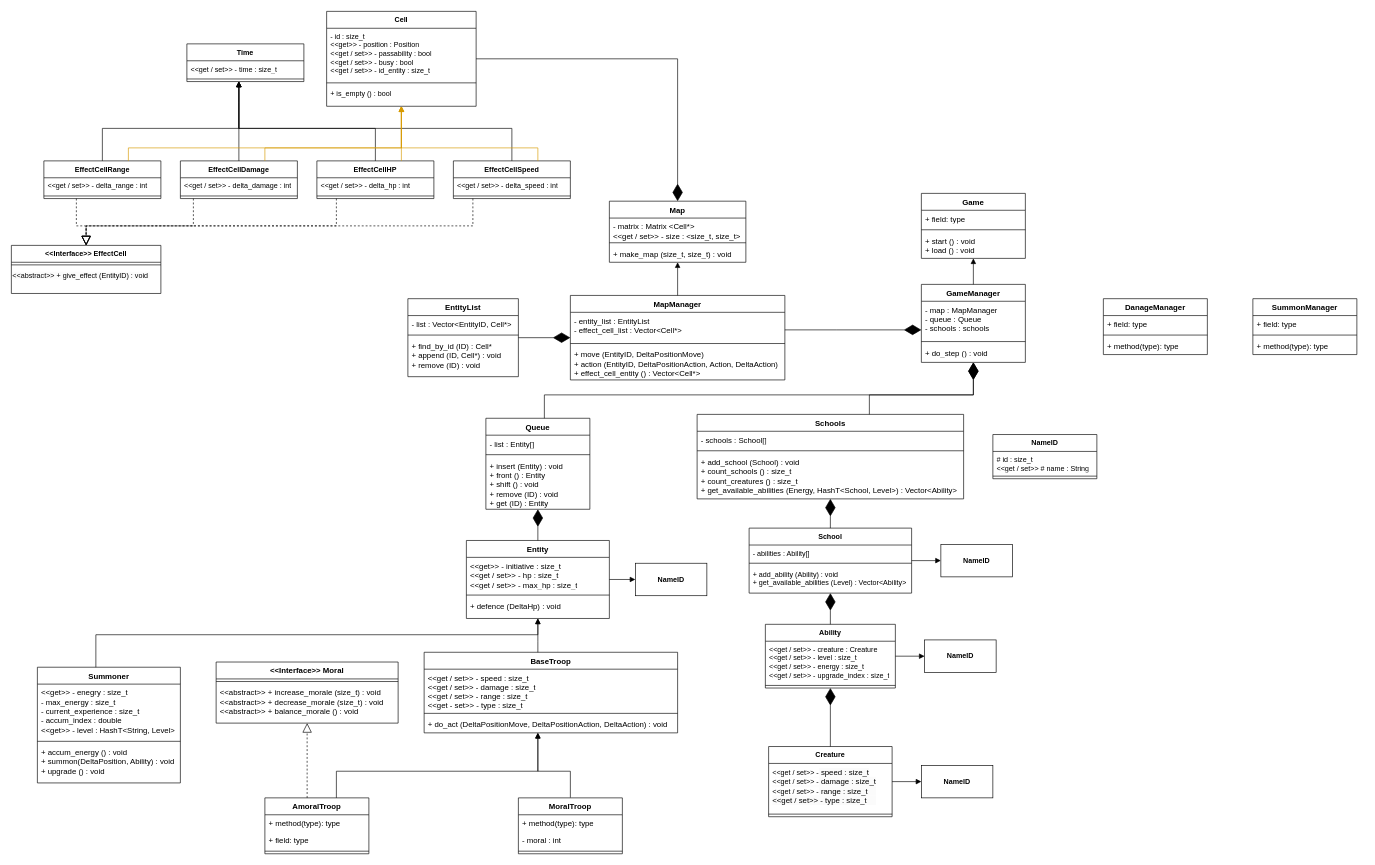
The draw.io diagram lab3.drawio in Alvald1/draw.io, before the edit. Source tidied: cells renumbered, new cells numbered last; positions are measured from the earlier drawing's top-left corner, leaving out a move shared by most shapes. Both pictures are drawn from the tidied source at 65%, with x=0, y=0 at pixel (11, 11).
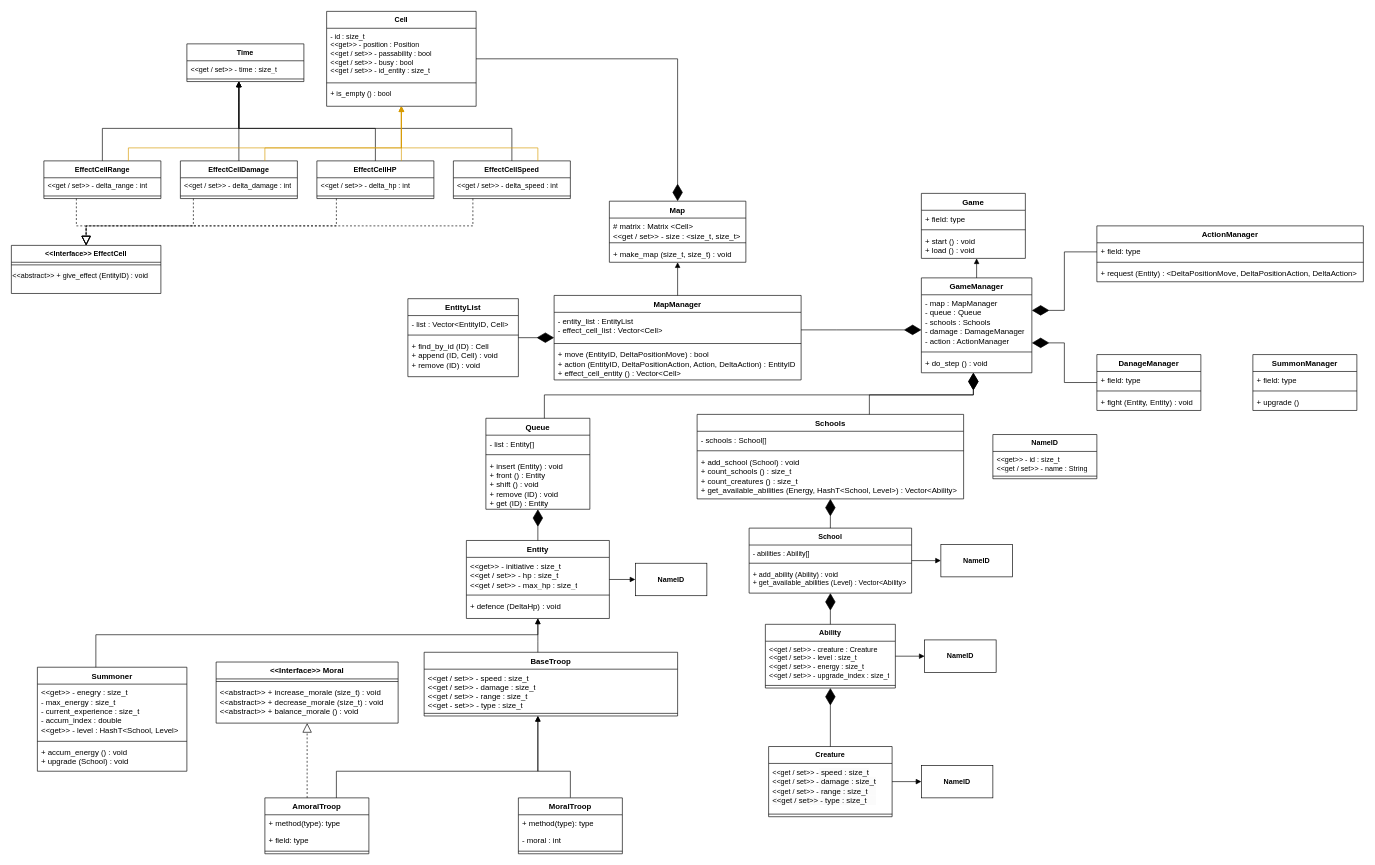
The same page after the edit.

The change refers to these unchanged cells:
```xml
<mxCell id="10" value="Map" style="swimlane;fontStyle=1;align=center;verticalAlign=top;horizontal=1;startSize=26;whiteSpace=wrap;html=1;" parent="1" vertex="1">
  <mxGeometry x="920" y="292" width="210" height="94" as="geometry" />
</mxCell>
<mxCell id="72" value="NameID" style="swimlane;fontStyle=1;align=center;verticalAlign=top;horizontal=1;startSize=26;whiteSpace=wrap;html=1;fontFamily=Helvetica;fontSize=11;fontColor=default;labelBackgroundColor=default;" parent="1" vertex="1">
  <mxGeometry x="1510" y="651" width="160" height="68" as="geometry" />
</mxCell>
<mxCell id="83" value="EntityList" style="swimlane;fontStyle=1;align=center;verticalAlign=top;horizontal=1;startSize=26;whiteSpace=wrap;html=1;" parent="1" vertex="1">
  <mxGeometry x="610" y="442" width="170" height="120" as="geometry" />
</mxCell>
```

Diff of the diagram source:
```diff
@@
     <mxCell id="6" value="GameManager" style="swimlane;fontStyle=1;align=center;verticalAlign=top;horizontal=1;startSize=26;whiteSpace=wrap;html=1;" parent="1" vertex="1">
-      <mxGeometry x="1400" y="420" width="160" height="120" as="geometry" />
+      <mxGeometry x="1400" y="410" width="170" height="146" as="geometry" />
     </mxCell>
-    <mxCell id="7" value="- map : MapManager&lt;div&gt;- queue : Queue&lt;/div&gt;&lt;div&gt;- schools : schools&lt;/div&gt;" style="text;strokeColor=none;fillColor=none;align=left;verticalAlign=top;spacingLeft=4;spacingRight=4;overflow=hidden;whiteSpace=wrap;html=1;" parent="6" vertex="1">
-      <mxGeometry y="26" width="160" height="58" as="geometry" />
+    <mxCell id="7" value="- map : MapManager&lt;div&gt;- queue : Queue&lt;/div&gt;&lt;div&gt;- schools : Schools&lt;/div&gt;&lt;div&gt;- damage : DamageManager&lt;/div&gt;&lt;div&gt;- action : ActionManager&lt;/div&gt;" style="text;strokeColor=none;fillColor=none;align=left;verticalAlign=top;spacingLeft=4;spacingRight=4;overflow=hidden;whiteSpace=wrap;html=1;" parent="6" vertex="1">
+      <mxGeometry y="26" width="170" height="84" as="geometry" />
     </mxCell>
     <mxCell id="8" style="line;strokeWidth=1;fillColor=none;align=left;verticalAlign=middle;spacingTop=-1;spacingLeft=3;spacingRight=3;labelPosition=right;strokeColor=inherit;" parent="6" vertex="1">
-      <mxGeometry y="84" width="160" height="8" as="geometry" />
+      <mxGeometry y="110" width="170" height="8" as="geometry" />
     </mxCell>
     <mxCell id="9" value="+ do_step () : void" style="text;strokeColor=none;fillColor=none;align=left;verticalAlign=top;spacingLeft=4;spacingRight=4;overflow=hidden;whiteSpace=wrap;html=1;" parent="6" vertex="1">
-      <mxGeometry y="92" width="160" height="28" as="geometry" />
+      <mxGeometry y="118" width="170" height="28" as="geometry" />
     </mxCell>
@@
-    <mxCell id="11" value="- matrix : Matrix &amp;lt;Cell*&amp;gt;&lt;div&gt;&amp;lt;&amp;lt;get / set&amp;gt;&amp;gt; - size : &amp;lt;size_t, size_t&amp;gt;&lt;/div&gt;" style="text;strokeColor=none;fillColor=none;align=left;verticalAlign=top;spacingLeft=4;spacingRight=4;overflow=hidden;whiteSpace=wrap;html=1;" parent="10" vertex="1">
+    <mxCell id="11" value="# matrix : Matrix &amp;lt;Cell&amp;gt;&lt;div&gt;&amp;lt;&amp;lt;get / set&amp;gt;&amp;gt; - size : &amp;lt;size_t, size_t&amp;gt;&lt;/div&gt;" style="text;strokeColor=none;fillColor=none;align=left;verticalAlign=top;spacingLeft=4;spacingRight=4;overflow=hidden;whiteSpace=wrap;html=1;" parent="10" vertex="1">
       <mxGeometry y="26" width="210" height="34" as="geometry" />
     </mxCell>
@@
     <mxCell id="27" value="Summoner" style="swimlane;fontStyle=1;align=center;verticalAlign=top;horizontal=1;startSize=26;whiteSpace=wrap;html=1;" parent="1" vertex="1">
-      <mxGeometry x="40" y="1009" width="220" height="178" as="geometry" />
+      <mxGeometry x="40" y="1009" width="230" height="160" as="geometry" />
     </mxCell>
-    <mxCell id="28" value="&amp;lt;&amp;lt;get&amp;gt;&amp;gt; - enegry : size_t&lt;div&gt;- max_energy : size_t&lt;/div&gt;&lt;div&gt;- current_experience : size_t&lt;/div&gt;&lt;div&gt;- accum_index : double&lt;/div&gt;&lt;div&gt;&amp;lt;&amp;lt;get&amp;gt;&amp;gt; - level : HashT&amp;lt;String, Level&amp;gt;&lt;/div&gt;" style="text;strokeColor=none;fillColor=none;align=left;verticalAlign=top;spacingLeft=4;spacingRight=4;overflow=hidden;whiteSpace=wrap;html=1;" parent="27" vertex="1">
-      <mxGeometry y="26" width="220" height="84" as="geometry" />
+    <mxCell id="28" value="&amp;lt;&amp;lt;get&amp;gt;&amp;gt; - enegry : size_t&lt;div&gt;- max_energy : size_t&lt;/div&gt;&lt;div&gt;- current_experience : size_t&lt;/div&gt;&lt;div&gt;- accum_index : double&lt;/div&gt;&lt;div&gt;&amp;lt;&amp;lt;get&amp;gt;&amp;gt; - level : HashT&amp;lt;School, Level&amp;gt;&lt;/div&gt;" style="text;strokeColor=none;fillColor=none;align=left;verticalAlign=top;spacingLeft=4;spacingRight=4;overflow=hidden;whiteSpace=wrap;html=1;" parent="27" vertex="1">
+      <mxGeometry y="26" width="230" height="84" as="geometry" />
     </mxCell>
     <mxCell id="29" style="line;strokeWidth=1;fillColor=none;align=left;verticalAlign=middle;spacingTop=-1;spacingLeft=3;spacingRight=3;labelPosition=right;strokeColor=inherit;" parent="27" vertex="1">
-      <mxGeometry y="110" width="220" height="8" as="geometry" />
+      <mxGeometry y="110" width="230" height="8" as="geometry" />
     </mxCell>
-    <mxCell id="30" value="+ accum_energy () : void&lt;div&gt;+ summon(DeltaPosition, Ability) : void&lt;/div&gt;&lt;div&gt;+ upgrade () : void&lt;/div&gt;" style="text;strokeColor=none;fillColor=none;align=left;verticalAlign=top;spacingLeft=4;spacingRight=4;overflow=hidden;whiteSpace=wrap;html=1;" parent="27" vertex="1">
-      <mxGeometry y="118" width="220" height="60" as="geometry" />
+    <mxCell id="30" value="+ accum_energy () : void&lt;div&gt;+ upgrade (School) : void&lt;/div&gt;" style="text;strokeColor=none;fillColor=none;align=left;verticalAlign=top;spacingLeft=4;spacingRight=4;overflow=hidden;whiteSpace=wrap;html=1;" parent="27" vertex="1">
+      <mxGeometry y="118" width="230" height="42" as="geometry" />
     </mxCell>
     <mxCell id="31" value="BaseTroop" style="swimlane;fontStyle=1;align=center;verticalAlign=top;horizontal=1;startSize=26;whiteSpace=wrap;html=1;" parent="1" vertex="1">
-      <mxGeometry x="635" y="986" width="390" height="124" as="geometry" />
+      <mxGeometry x="635" y="986" width="390" height="98" as="geometry" />
     </mxCell>
@@
-    <mxCell id="34" value="+ do_act (DeltaPositionMove, DeltaPositionAction, DeltaAction) : void" style="text;strokeColor=none;fillColor=none;align=left;verticalAlign=top;spacingLeft=4;spacingRight=4;overflow=hidden;whiteSpace=wrap;html=1;" parent="31" vertex="1">
-      <mxGeometry y="98" width="390" height="26" as="geometry" />
-    </mxCell>
@@
     <mxCell id="42" value="MapManager" style="swimlane;fontStyle=1;align=center;verticalAlign=top;horizontal=1;startSize=26;whiteSpace=wrap;html=1;" parent="1" vertex="1">
-      <mxGeometry x="860" y="437" width="330" height="130" as="geometry" />
+      <mxGeometry x="835" y="437" width="380" height="130" as="geometry" />
     </mxCell>
-    <mxCell id="43" value="- entity_list : EntityList&lt;div&gt;- effect_cell_list : Vector&amp;lt;Cell*&amp;gt;&lt;/div&gt;" style="text;strokeColor=none;fillColor=none;align=left;verticalAlign=top;spacingLeft=4;spacingRight=4;overflow=hidden;whiteSpace=wrap;html=1;" parent="42" vertex="1">
-      <mxGeometry y="26" width="330" height="44" as="geometry" />
+    <mxCell id="43" value="- entity_list : EntityList&lt;div&gt;- effect_cell_list : Vector&amp;lt;Cell&amp;gt;&lt;/div&gt;" style="text;strokeColor=none;fillColor=none;align=left;verticalAlign=top;spacingLeft=4;spacingRight=4;overflow=hidden;whiteSpace=wrap;html=1;" parent="42" vertex="1">
+      <mxGeometry y="26" width="380" height="44" as="geometry" />
     </mxCell>
     <mxCell id="44" style="line;strokeWidth=1;fillColor=none;align=left;verticalAlign=middle;spacingTop=-1;spacingLeft=3;spacingRight=3;labelPosition=right;strokeColor=inherit;" parent="42" vertex="1">
-      <mxGeometry y="70" width="330" height="8" as="geometry" />
+      <mxGeometry y="70" width="380" height="8" as="geometry" />
     </mxCell>
-    <mxCell id="45" value="+ move (EntityID, DeltaPositionMove)&lt;div&gt;+ action (EntityID, DeltaPositionAction, Action, DeltaAction)&lt;/div&gt;&lt;div&gt;+ effect_cell_entity () : Vector&amp;lt;Cell*&amp;gt;&lt;/div&gt;" style="text;strokeColor=none;fillColor=none;align=left;verticalAlign=top;spacingLeft=4;spacingRight=4;overflow=hidden;whiteSpace=wrap;html=1;" parent="42" vertex="1">
-      <mxGeometry y="78" width="330" height="52" as="geometry" />
+    <mxCell id="45" value="+ move (EntityID, DeltaPositionMove) : bool&lt;div&gt;+ action (EntityID, DeltaPositionAction, Action, DeltaAction) : EntityID&lt;/div&gt;&lt;div&gt;+ effect_cell_entity () : Vector&amp;lt;Cell&amp;gt;&lt;/div&gt;" style="text;strokeColor=none;fillColor=none;align=left;verticalAlign=top;spacingLeft=4;spacingRight=4;overflow=hidden;whiteSpace=wrap;html=1;" parent="42" vertex="1">
+      <mxGeometry y="78" width="380" height="52" as="geometry" />
     </mxCell>
@@
-    <mxCell id="73" value="&lt;div&gt;# id : size_t&lt;/div&gt;&amp;lt;&amp;lt;get / set&amp;gt;&amp;gt; # name : String" style="text;strokeColor=none;fillColor=none;align=left;verticalAlign=top;spacingLeft=4;spacingRight=4;overflow=hidden;whiteSpace=wrap;html=1;fontFamily=Helvetica;fontSize=11;fontColor=default;labelBackgroundColor=default;" parent="72" vertex="1">
+    <mxCell id="73" value="&lt;div&gt;&amp;lt;&amp;lt;get&amp;gt;&amp;gt; - id : size_t&lt;/div&gt;&amp;lt;&amp;lt;get / set&amp;gt;&amp;gt; - name : String" style="text;strokeColor=none;fillColor=none;align=left;verticalAlign=top;spacingLeft=4;spacingRight=4;overflow=hidden;whiteSpace=wrap;html=1;fontFamily=Helvetica;fontSize=11;fontColor=default;labelBackgroundColor=default;" parent="72" vertex="1">
       <mxGeometry y="26" width="160" height="34" as="geometry" />
     </mxCell>
@@
-    <mxCell id="84" value="- list : Vector&amp;lt;EntityID, Cell*&amp;gt;" style="text;strokeColor=none;fillColor=none;align=left;verticalAlign=top;spacingLeft=4;spacingRight=4;overflow=hidden;whiteSpace=wrap;html=1;" parent="83" vertex="1">
+    <mxCell id="84" value="- list : Vector&amp;lt;EntityID, Cell&amp;gt;" style="text;strokeColor=none;fillColor=none;align=left;verticalAlign=top;spacingLeft=4;spacingRight=4;overflow=hidden;whiteSpace=wrap;html=1;" parent="83" vertex="1">
       <mxGeometry y="26" width="170" height="26" as="geometry" />
     </mxCell>
@@
-    <mxCell id="86" value="+ find_by_id (ID) : Cell*&lt;div&gt;+ append (ID, Cell*) : void&lt;/div&gt;&lt;div&gt;+ remove (ID) : void&lt;/div&gt;" style="text;strokeColor=none;fillColor=none;align=left;verticalAlign=top;spacingLeft=4;spacingRight=4;overflow=hidden;whiteSpace=wrap;html=1;" parent="83" vertex="1">
+    <mxCell id="86" value="+ find_by_id (ID) : Cell&lt;div&gt;+ append (ID, Cell) : void&lt;/div&gt;&lt;div&gt;+ remove (ID) : void&lt;/div&gt;" style="text;strokeColor=none;fillColor=none;align=left;verticalAlign=top;spacingLeft=4;spacingRight=4;overflow=hidden;whiteSpace=wrap;html=1;" parent="83" vertex="1">
       <mxGeometry y="60" width="170" height="60" as="geometry" />
     </mxCell>
@@
     <mxCell id="125" value="DanageManager" style="swimlane;fontStyle=1;align=center;verticalAlign=top;horizontal=1;startSize=26;whiteSpace=wrap;html=1;" parent="1" vertex="1">
-      <mxGeometry x="1680" y="442" width="160" height="86" as="geometry" />
+      <mxGeometry x="1670" y="528" width="160" height="86" as="geometry" />
     </mxCell>
@@
-    <mxCell id="128" value="+ method(type): type" style="text;strokeColor=none;fillColor=none;align=left;verticalAlign=top;spacingLeft=4;spacingRight=4;overflow=hidden;whiteSpace=wrap;html=1;" parent="125" vertex="1">
+    <mxCell id="128" value="+ fight (Entity, Entity) : void" style="text;strokeColor=none;fillColor=none;align=left;verticalAlign=top;spacingLeft=4;spacingRight=4;overflow=hidden;whiteSpace=wrap;html=1;" parent="125" vertex="1">
       <mxGeometry y="60" width="160" height="26" as="geometry" />
     </mxCell>
     <mxCell id="129" value="SummonManager" style="swimlane;fontStyle=1;align=center;verticalAlign=top;horizontal=1;startSize=26;whiteSpace=wrap;html=1;" parent="1" vertex="1">
-      <mxGeometry x="1910" y="442" width="160" height="86" as="geometry" />
+      <mxGeometry x="1910" y="528" width="160" height="86" as="geometry" />
     </mxCell>
@@
-    <mxCell id="132" value="+ method(type): type" style="text;strokeColor=none;fillColor=none;align=left;verticalAlign=top;spacingLeft=4;spacingRight=4;overflow=hidden;whiteSpace=wrap;html=1;" parent="129" vertex="1">
+    <mxCell id="132" value="+ upgrade ()" style="text;strokeColor=none;fillColor=none;align=left;verticalAlign=top;spacingLeft=4;spacingRight=4;overflow=hidden;whiteSpace=wrap;html=1;" parent="129" vertex="1">
       <mxGeometry y="60" width="160" height="26" as="geometry" />
     </mxCell>
+    <mxCell id="133" style="endArrow=diamondThin;endFill=1;endSize=24;html=1;rounded=0;edgeStyle=orthogonalEdgeStyle;" parent="1" edge="1" source="125" target="6">
+      <mxGeometry relative="1" as="geometry">
+        <Array as="points">
+          <mxPoint x="1620" y="571" />
+          <mxPoint x="1620" y="510" />
+        </Array>
+      </mxGeometry>
+    </mxCell>
+    <mxCell id="134" value="ActionManager" style="swimlane;fontStyle=1;align=center;verticalAlign=top;horizontal=1;startSize=26;whiteSpace=wrap;html=1;" parent="1" vertex="1">
+      <mxGeometry x="1670" y="330" width="410" height="86" as="geometry" />
+    </mxCell>
+    <mxCell id="135" value="+ field: type" style="text;strokeColor=none;fillColor=none;align=left;verticalAlign=top;spacingLeft=4;spacingRight=4;overflow=hidden;whiteSpace=wrap;html=1;" parent="134" vertex="1">
+      <mxGeometry y="26" width="410" height="26" as="geometry" />
+    </mxCell>
+    <mxCell id="136" style="line;strokeWidth=1;fillColor=none;align=left;verticalAlign=middle;spacingTop=-1;spacingLeft=3;spacingRight=3;labelPosition=right;strokeColor=inherit;" parent="134" vertex="1">
+      <mxGeometry y="52" width="410" height="8" as="geometry" />
+    </mxCell>
+    <mxCell id="137" value="+ request (Entity) : &amp;lt;DeltaPositionMove, DeltaPositionAction, DeltaAction&amp;gt;" style="text;strokeColor=none;fillColor=none;align=left;verticalAlign=top;spacingLeft=4;spacingRight=4;overflow=hidden;whiteSpace=wrap;html=1;" parent="134" vertex="1">
+      <mxGeometry y="60" width="410" height="26" as="geometry" />
+    </mxCell>
+    <mxCell id="138" style="endArrow=diamondThin;endFill=1;endSize=24;html=1;rounded=0;edgeStyle=orthogonalEdgeStyle;" parent="1" edge="1" source="134" target="6">
+      <mxGeometry relative="1" as="geometry">
+        <Array as="points">
+          <mxPoint x="1620" y="370" />
+          <mxPoint x="1620" y="460" />
+        </Array>
+      </mxGeometry>
+    </mxCell>
```
